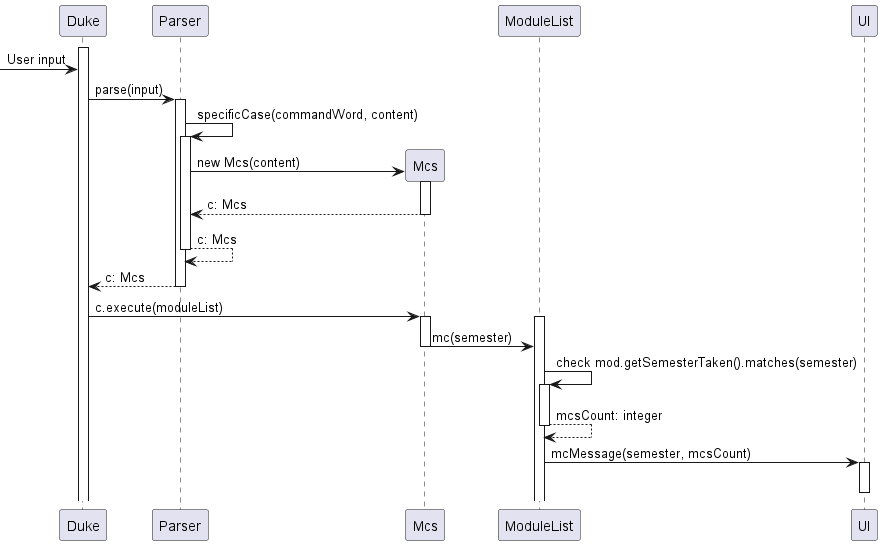
Above: docs/diagrams/McsUML.png in nus-cs2113-AY2223S1/tp (PlantUML), before the change.
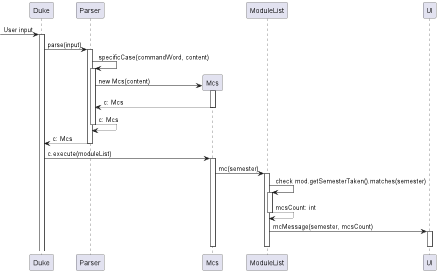
Above is the later version.

Diff of the diagram source:
```diff
@@ -1,6 +1,6 @@
 @startuml
+[-> Duke: User input
 activate Duke
-[-> Duke: User input
 Duke -> Parser: parse(input)
 activate Parser
 Parser -> Parser: specificCase(commandWord, content)
@@ -14,14 +14,15 @@
 deactivate Parser
 Duke -> Mcs: c.execute(moduleList)
 activate Mcs
+Mcs -> ModuleList: mc(semester)
 activate ModuleList
-Mcs -> ModuleList: mc(semester)
-deactivate Mcs
 ModuleList -> ModuleList: check mod.getSemesterTaken().matches(semester)
 activate ModuleList
-return mcsCount: integer
+return mcsCount: int
 ModuleList -> UI: mcMessage(semester, mcsCount)
 activate UI
 deactivate UI
+deactivate ModuleList
+deactivate Mcs
 
 @enduml
```
